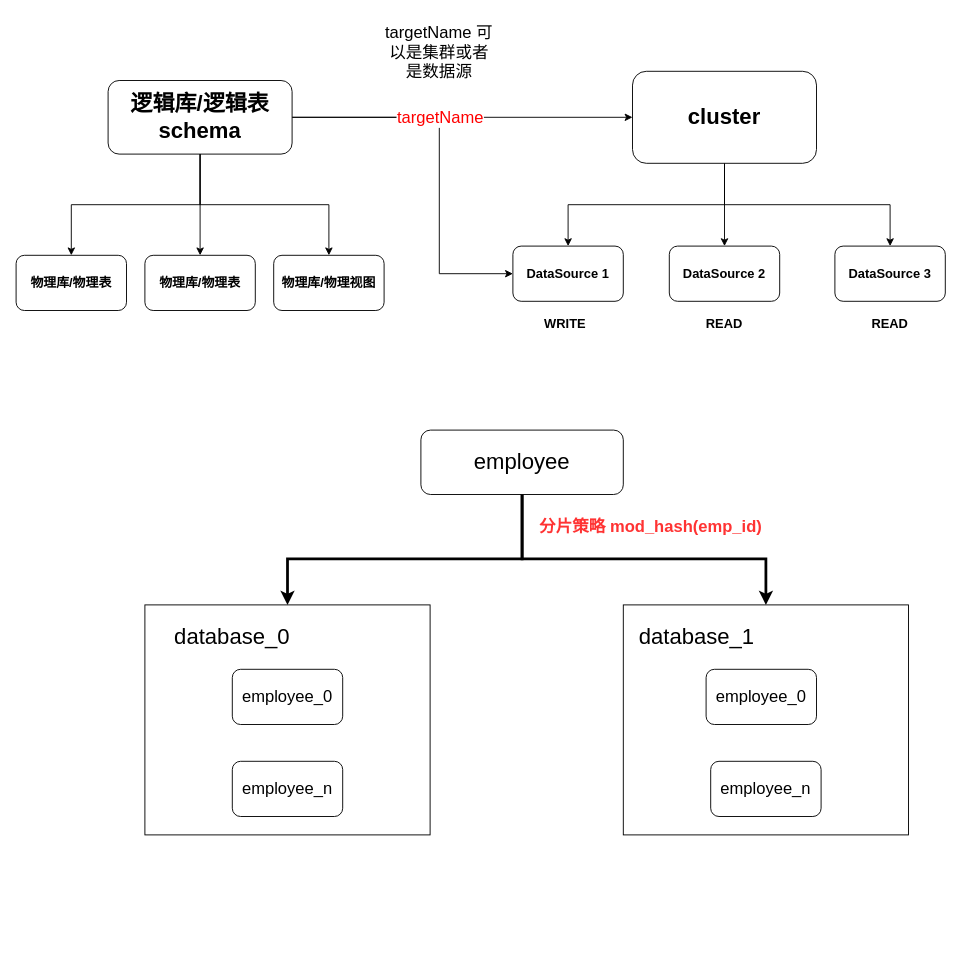
This is DevX/mycat.drawio from GitHeP/diagrams, a draw.io file, before an edit. Source tidied: cells renumbered, new cells numbered last; positions are measured from the earlier drawing's top-left corner, leaving out a move shared by most shapes. Both pictures are drawn from the tidied source at 92%, with x=0, y=0 at pixel (16, 16).
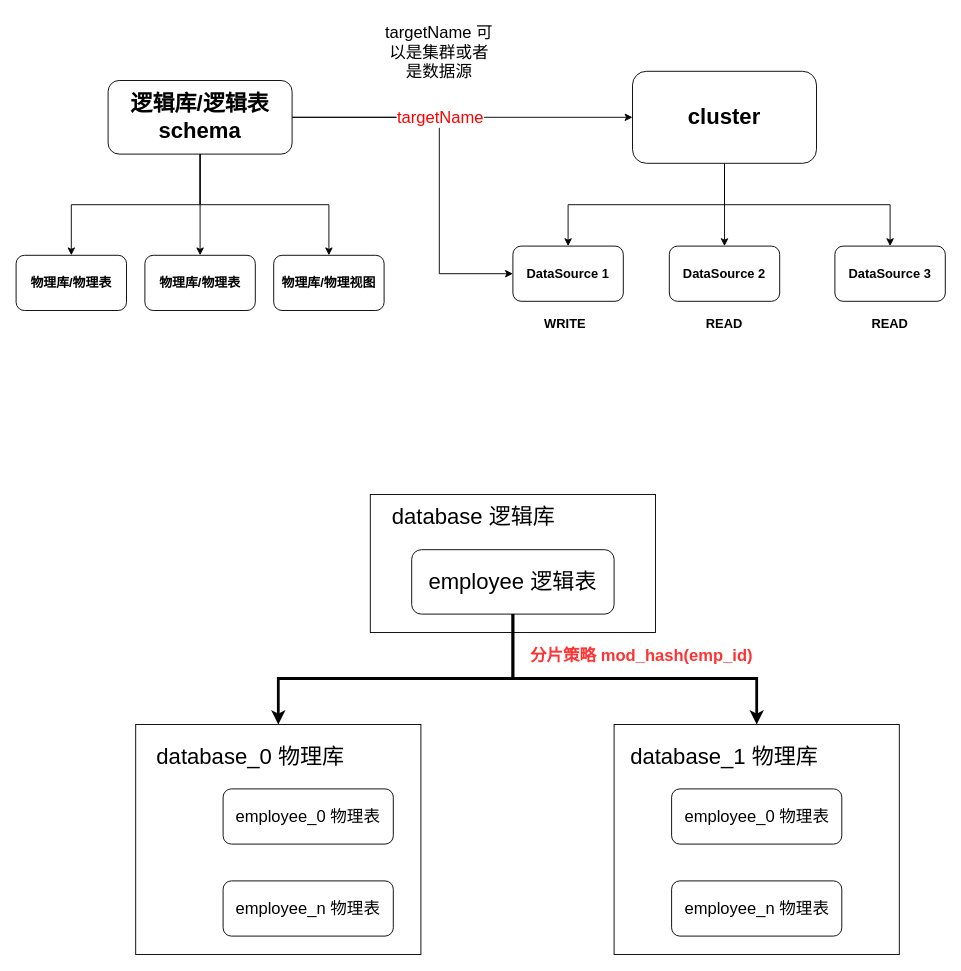
The same diagram, later.

Diff of the diagram source:
```diff
@@
+    <mxCell id="35" style="rounded=0;whiteSpace=wrap;html=1;" parent="1" vertex="1">
+      <mxGeometry x="385" y="520" width="310" height="150" as="geometry" />
+    </mxCell>
@@
     <mxCell id="23" style="edgeStyle=orthogonalEdgeStyle;rounded=0;jettySize=auto;html=1;exitX=0.5;exitY=1;exitDx=0;exitDy=0;strokeWidth=3;" parent="1" edge="1" source="25" target="26">
       <mxGeometry relative="1" as="geometry">
         <Array as="points">
-          <mxPoint x="550" y="590" />
-          <mxPoint x="295" y="590" />
+          <mxPoint x="540" y="720" />
+          <mxPoint x="285" y="720" />
         </Array>
       </mxGeometry>
     </mxCell>
     <mxCell id="24" style="edgeStyle=orthogonalEdgeStyle;rounded=0;jettySize=auto;html=1;exitX=0.5;exitY=1;exitDx=0;exitDy=0;strokeWidth=3;" parent="1" edge="1" source="25" target="30">
       <mxGeometry relative="1" as="geometry">
         <Array as="points">
-          <mxPoint x="550" y="590" />
-          <mxPoint x="815" y="590" />
+          <mxPoint x="540" y="720" />
+          <mxPoint x="805" y="720" />
         </Array>
       </mxGeometry>
     </mxCell>
-    <mxCell id="25" value="&lt;font style=&quot;font-size: 24px;&quot;&gt;employee&lt;/font&gt;" style="rounded=1;whiteSpace=wrap;html=1;" parent="1" vertex="1">
-      <mxGeometry x="440" y="450" width="220" height="70" as="geometry" />
+    <mxCell id="25" value="&lt;font style=&quot;font-size: 24px;&quot;&gt;employee 逻辑表&lt;/font&gt;" style="rounded=1;whiteSpace=wrap;html=1;" parent="1" vertex="1">
+      <mxGeometry x="430" y="580" width="220" height="70" as="geometry" />
     </mxCell>
     <mxCell id="26" style="rounded=0;whiteSpace=wrap;html=1;" parent="1" vertex="1">
-      <mxGeometry x="140" y="640" width="310" height="250" as="geometry" />
+      <mxGeometry x="130" y="770" width="310" height="250" as="geometry" />
     </mxCell>
-    <mxCell id="27" value="&lt;font style=&quot;font-size: 24px;&quot;&gt;database_0&lt;/font&gt;" style="text;html=1;strokeColor=none;fillColor=none;align=center;verticalAlign=middle;whiteSpace=wrap;rounded=0;" parent="1" vertex="1">
-      <mxGeometry x="160" y="660" width="150" height="30" as="geometry" />
+    <mxCell id="27" value="&lt;font style=&quot;font-size: 24px;&quot;&gt;database_0 物理库&lt;/font&gt;" style="text;html=1;strokeColor=none;fillColor=none;align=center;verticalAlign=middle;whiteSpace=wrap;rounded=0;" parent="1" vertex="1">
+      <mxGeometry x="150" y="790" width="210" height="30" as="geometry" />
     </mxCell>
-    <mxCell id="28" value="&lt;font style=&quot;font-size: 18px;&quot;&gt;employee_0&lt;/font&gt;" style="rounded=1;whiteSpace=wrap;html=1;" parent="1" vertex="1">
-      <mxGeometry x="235" y="710" width="120" height="60" as="geometry" />
+    <mxCell id="28" value="&lt;font style=&quot;font-size: 18px;&quot;&gt;employee_0 物理表&lt;/font&gt;" style="rounded=1;whiteSpace=wrap;html=1;" parent="1" vertex="1">
+      <mxGeometry x="225" y="840" width="185" height="60" as="geometry" />
     </mxCell>
-    <mxCell id="29" value="&lt;font style=&quot;font-size: 18px;&quot;&gt;employee_n&lt;/font&gt;" style="rounded=1;whiteSpace=wrap;html=1;" parent="1" vertex="1">
-      <mxGeometry x="235" y="810" width="120" height="60" as="geometry" />
+    <mxCell id="29" value="&lt;font style=&quot;font-size: 18px;&quot;&gt;employee_n 物理表&lt;/font&gt;" style="rounded=1;whiteSpace=wrap;html=1;" parent="1" vertex="1">
+      <mxGeometry x="225" y="940" width="185" height="60" as="geometry" />
     </mxCell>
     <mxCell id="30" style="rounded=0;whiteSpace=wrap;html=1;" parent="1" vertex="1">
-      <mxGeometry x="660" y="640" width="310" height="250" as="geometry" />
+      <mxGeometry x="650" y="770" width="310" height="250" as="geometry" />
     </mxCell>
-    <mxCell id="31" value="&lt;font style=&quot;font-size: 24px;&quot;&gt;database_1&lt;/font&gt;" style="text;html=1;strokeColor=none;fillColor=none;align=center;verticalAlign=middle;whiteSpace=wrap;rounded=0;" parent="1" vertex="1">
-      <mxGeometry x="670" y="660" width="140" height="30" as="geometry" />
+    <mxCell id="31" value="&lt;font style=&quot;font-size: 24px;&quot;&gt;database_1 物理库&lt;/font&gt;" style="text;html=1;strokeColor=none;fillColor=none;align=center;verticalAlign=middle;whiteSpace=wrap;rounded=0;" parent="1" vertex="1">
+      <mxGeometry x="660" y="790" width="220" height="30" as="geometry" />
     </mxCell>
-    <mxCell id="32" value="&lt;font style=&quot;font-size: 18px;&quot;&gt;employee_0&lt;/font&gt;" style="rounded=1;whiteSpace=wrap;html=1;" parent="1" vertex="1">
-      <mxGeometry x="750" y="710" width="120" height="60" as="geometry" />
-    </mxCell>
-    <mxCell id="33" value="&lt;font style=&quot;font-size: 18px;&quot;&gt;employee_n&lt;/font&gt;" style="rounded=1;whiteSpace=wrap;html=1;" parent="1" vertex="1">
-      <mxGeometry x="755" y="810" width="120" height="60" as="geometry" />
-    </mxCell>
     <mxCell id="34" value="&lt;b&gt;&lt;font style=&quot;font-size: 18px;&quot; color=&quot;#ff3333&quot;&gt;分片策略 mod_hash(emp_id)&lt;/font&gt;&lt;/b&gt;" style="text;html=1;strokeColor=none;fillColor=none;align=center;verticalAlign=middle;whiteSpace=wrap;rounded=0;" parent="1" vertex="1">
-      <mxGeometry x="550" y="540" width="280" height="30" as="geometry" />
+      <mxGeometry x="540" y="680" width="280" height="30" as="geometry" />
     </mxCell>
+    <mxCell id="36" value="&lt;font style=&quot;font-size: 18px;&quot;&gt;employee_0 物理表&lt;/font&gt;" style="rounded=1;whiteSpace=wrap;html=1;" parent="1" vertex="1">
+      <mxGeometry x="712.5" y="840" width="185" height="60" as="geometry" />
+    </mxCell>
+    <mxCell id="37" value="&lt;font style=&quot;font-size: 18px;&quot;&gt;employee_n 物理表&lt;/font&gt;" style="rounded=1;whiteSpace=wrap;html=1;" parent="1" vertex="1">
+      <mxGeometry x="712.5" y="940" width="185" height="60" as="geometry" />
+    </mxCell>
+    <mxCell id="38" value="&lt;font style=&quot;font-size: 24px;&quot;&gt;database 逻辑库&lt;/font&gt;" style="text;html=1;strokeColor=none;fillColor=none;align=center;verticalAlign=middle;whiteSpace=wrap;rounded=0;" parent="1" vertex="1">
+      <mxGeometry x="400" y="530" width="195" height="30" as="geometry" />
+    </mxCell>
```
